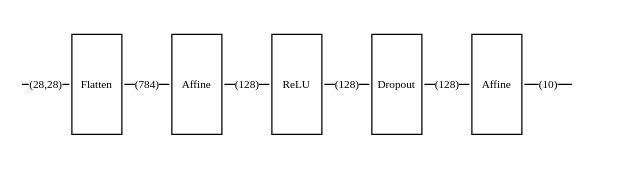
Earlier version of the draw.io diagram page "beginner" (5 of 5) of img/layers.drawio (dragoon8192/LaundryTag). Source tidied: cells renumbered, new cells numbered last; positions are measured from the earlier drawing's top-left corner, leaving out a move shared by most shapes. Both pictures are drawn from the tidied source at 125%, with x=0, y=0 at pixel (21, 34).
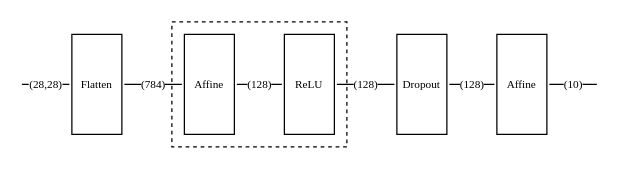
After the change.

Commit message:
layers.drawio を更新します

Change to the diagram source:
```diff
@@
 <mxGraphModel>
   <root>
     <mxCell id="0" />
     <mxCell id="1" parent="0" />
+    <mxCell id="13" style="rounded=0;whiteSpace=wrap;html=1;fontFamily=Times New Roman;fontSize=9;fillColor=none;dashed=1;" parent="1" vertex="1">
+      <mxGeometry x="120" y="-10" width="140" height="100" as="geometry" />
+    </mxCell>
     <mxCell id="2" value="&lt;font face=&quot;Times New Roman&quot;&gt;(28,28)&lt;/font&gt;" style="endArrow=none;html=1;rounded=0;fontSize=9;sourcePerimeterSpacing=2;targetPerimeterSpacing=2;verticalAlign=middle;" parent="1" edge="1" target="4">
       <mxGeometry relative="1" as="geometry">
         <mxPoint y="40" as="sourcePoint" />
       </mxGeometry>
     </mxCell>
     <mxCell id="3" value="(784)" style="edgeStyle=orthogonalEdgeStyle;rounded=0;jettySize=auto;html=1;fontFamily=Times New Roman;fontSize=9;startArrow=none;startFill=0;endArrow=none;endFill=0;sourcePerimeterSpacing=2;targetPerimeterSpacing=2;verticalAlign=middle;" parent="1" edge="1" source="4" target="6">
       <mxGeometry relative="1" as="geometry" />
     </mxCell>
     <mxCell id="4" value="Flatten" style="rounded=0;whiteSpace=wrap;html=1;fontFamily=Times New Roman;fontSize=9;" parent="1" vertex="1">
       <mxGeometry x="40" width="40" height="80" as="geometry" />
     </mxCell>
     <mxCell id="5" value="(128)" style="edgeStyle=orthogonalEdgeStyle;rounded=0;jettySize=auto;html=1;fontFamily=Times New Roman;fontSize=9;startArrow=none;startFill=0;endArrow=none;endFill=0;sourcePerimeterSpacing=2;targetPerimeterSpacing=2;" parent="1" edge="1" source="6" target="10">
       <mxGeometry relative="1" as="geometry" />
     </mxCell>
     <mxCell id="6" value="Affine" style="rounded=0;whiteSpace=wrap;html=1;fontFamily=Times New Roman;fontSize=9;" parent="1" vertex="1">
-      <mxGeometry x="120" width="40" height="80" as="geometry" />
+      <mxGeometry x="130" width="40" height="80" as="geometry" />
     </mxCell>
     <mxCell id="7" value="(128)" style="edgeStyle=orthogonalEdgeStyle;rounded=0;jettySize=auto;html=1;fontFamily=Times New Roman;fontSize=9;startArrow=none;startFill=0;endArrow=none;endFill=0;sourcePerimeterSpacing=2;targetPerimeterSpacing=2;" parent="1" edge="1" source="8" target="11">
       <mxGeometry relative="1" as="geometry" />
     </mxCell>
     <mxCell id="8" value="Dropout" style="rounded=0;whiteSpace=wrap;html=1;fontFamily=Times New Roman;fontSize=9;" parent="1" vertex="1">
-      <mxGeometry x="280" width="40" height="80" as="geometry" />
+      <mxGeometry x="300" width="40" height="80" as="geometry" />
     </mxCell>
-    <mxCell id="9" value="(128)" style="edgeStyle=orthogonalEdgeStyle;rounded=0;jettySize=auto;html=1;fontFamily=Times New Roman;fontSize=9;startArrow=none;startFill=0;endArrow=none;endFill=0;sourcePerimeterSpacing=2;targetPerimeterSpacing=2;" parent="1" edge="1" source="10" target="8">
+    <mxCell id="9" value="(128)" style="edgeStyle=orthogonalEdgeStyle;rounded=0;jettySize=auto;html=1;fontFamily=Times New Roman;fontSize=9;startArrow=none;startFill=0;endArrow=none;endFill=0;sourcePerimeterSpacing=2;targetPerimeterSpacing=2;jumpStyle=none;" parent="1" edge="1" source="10" target="8">
       <mxGeometry relative="1" as="geometry" />
     </mxCell>
     <mxCell id="10" value="ReLU" style="rounded=0;whiteSpace=wrap;html=1;fontFamily=Times New Roman;fontSize=9;" parent="1" vertex="1">
-      <mxGeometry x="200" width="40" height="80" as="geometry" />
+      <mxGeometry x="210" width="40" height="80" as="geometry" />
     </mxCell>
     <mxCell id="11" value="Affine" style="rounded=0;whiteSpace=wrap;html=1;fontFamily=Times New Roman;fontSize=9;" parent="1" vertex="1">
-      <mxGeometry x="360" width="40" height="80" as="geometry" />
+      <mxGeometry x="380" width="40" height="80" as="geometry" />
     </mxCell>
     <mxCell id="12" value="(10)" style="endArrow=none;html=1;rounded=0;fontFamily=Times New Roman;fontSize=9;sourcePerimeterSpacing=2;targetPerimeterSpacing=2;" parent="1" edge="1" target="11">
       <mxGeometry relative="1" as="geometry">
-        <mxPoint x="440" y="40" as="sourcePoint" />
+        <mxPoint x="460" y="40" as="sourcePoint" />
       </mxGeometry>
     </mxCell>
   </root>
 </mxGraphModel>
```
